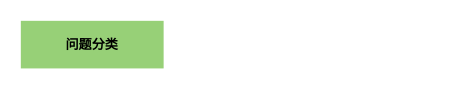
mineminemine123/work-wiki keeps this draw.io diagram as yx流量模型治理.drawio. Above is the earlier version. Source tidied: cells renumbered, new cells numbered last; positions are measured from the earlier drawing's top-left corner, leaving out a move shared by most shapes. Both pictures are drawn from the tidied source at 119%, with x=0, y=0 at pixel (20, 20).
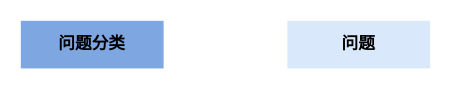
After the change.

Commit message (it also covers changes not shown here):
更新yx流量模型治理.drawio

What changed in the source:
```diff
@@
 <mxGraphModel>
   <root>
     <mxCell id="0" />
     <mxCell id="1" parent="0" />
-    <mxCell id="2" value="&lt;pre&gt;&lt;br&gt;&lt;/pre&gt;" style="rounded=0;whiteSpace=wrap;html=1;labelBackgroundColor=#ffffff;hachureGap=4;strokeColor=none;strokeWidth=1;fontFamily=Architects Daughter;fontSize=11;fillColor=#97D077;" parent="1" vertex="1">
+    <mxCell id="2" value="&lt;pre&gt;&lt;br&gt;&lt;/pre&gt;" style="rounded=0;whiteSpace=wrap;html=1;labelBackgroundColor=#ffffff;hachureGap=4;strokeColor=none;strokeWidth=1;fontFamily=Architects Daughter;fontSize=11;fillColor=#7EA6E0;" parent="1" vertex="1">
       <mxGeometry width="120" height="40" as="geometry" />
     </mxCell>
-    <mxCell id="3" value="&lt;b&gt;&lt;font color=&quot;#000000&quot;&gt;问题分类&lt;/font&gt;&lt;/b&gt;" style="text;html=1;strokeColor=none;fillColor=none;align=center;verticalAlign=middle;whiteSpace=wrap;rounded=0;fontSize=11;fontFamily=Architects Daughter;fontColor=#FFFFFF;" parent="1" vertex="1">
+    <mxCell id="3" value="&lt;b&gt;&lt;font style=&quot;font-size: 14px;&quot; color=&quot;#000000&quot;&gt;问题分类&lt;/font&gt;&lt;/b&gt;" style="text;html=1;strokeColor=none;fillColor=none;align=center;verticalAlign=middle;whiteSpace=wrap;rounded=0;fontSize=11;fontFamily=Architects Daughter;fontColor=#FFFFFF;" parent="1" vertex="1">
       <mxGeometry x="30" y="5" width="60" height="30" as="geometry" />
     </mxCell>
+    <mxCell id="4" value="&lt;pre&gt;&lt;br&gt;&lt;/pre&gt;" style="rounded=0;whiteSpace=wrap;html=1;labelBackgroundColor=#ffffff;hachureGap=4;strokeColor=none;strokeWidth=1;fontFamily=Architects Daughter;fontSize=11;fillColor=#dae8fc;" parent="1" vertex="1">
+      <mxGeometry x="224" width="120" height="40" as="geometry" />
+    </mxCell>
+    <mxCell id="5" value="&lt;b&gt;&lt;font style=&quot;font-size: 14px;&quot; color=&quot;#000000&quot;&gt;问题&lt;/font&gt;&lt;/b&gt;" style="text;html=1;strokeColor=none;fillColor=none;align=center;verticalAlign=middle;whiteSpace=wrap;rounded=0;fontSize=11;fontFamily=Architects Daughter;fontColor=#FFFFFF;" parent="1" vertex="1">
+      <mxGeometry x="254" y="5" width="60" height="30" as="geometry" />
+    </mxCell>
   </root>
 </mxGraphModel>
```
